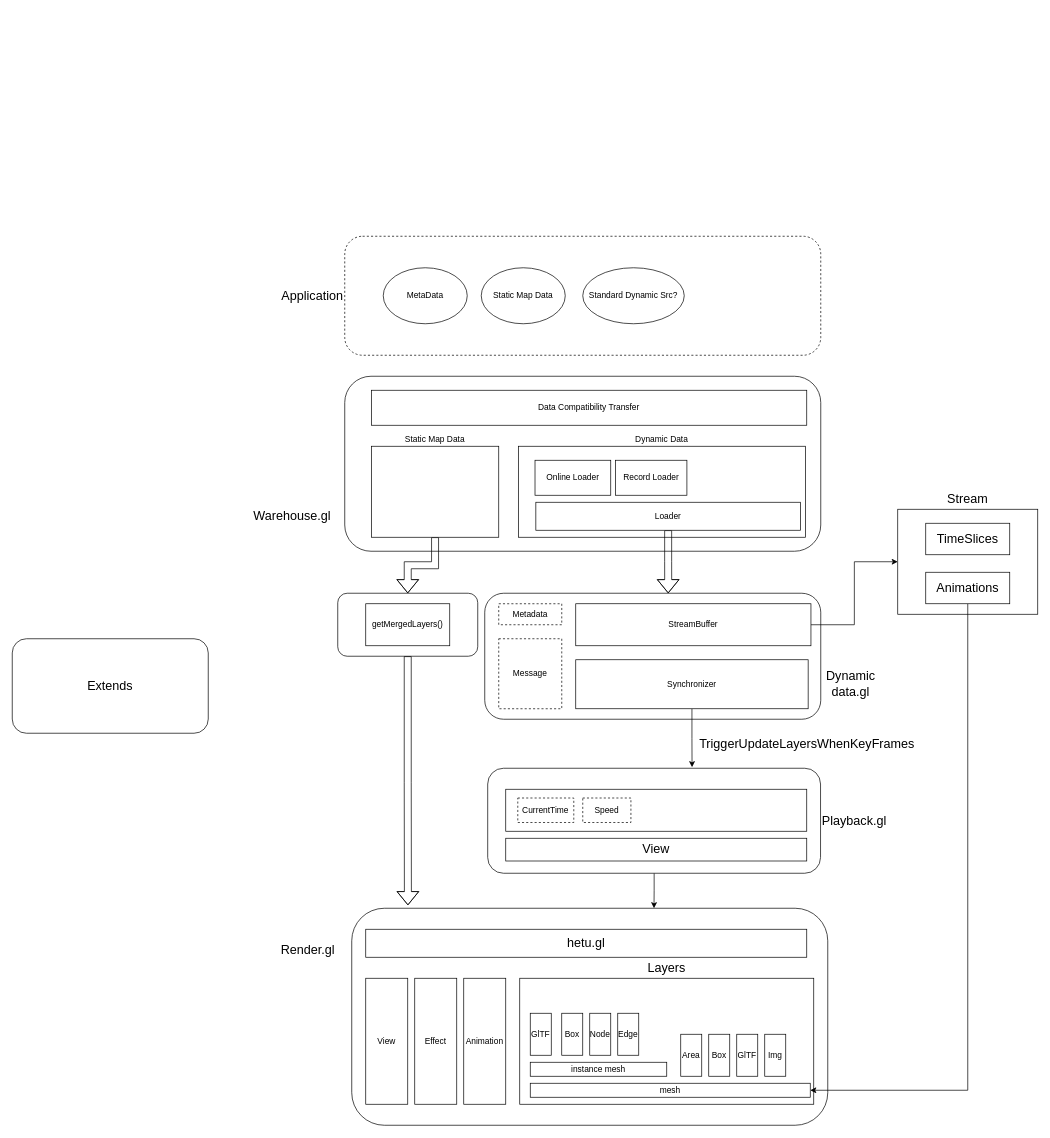
This is Untitled Diagram.drawio from hookex/chart, a draw.io file, before an edit. Source tidied: cells renumbered, new cells numbered last; positions are measured from the earlier drawing's top-left corner, leaving out a move shared by most shapes. Both pictures are drawn from the tidied source at 70%, with x=0, y=0 at pixel (12, 236).
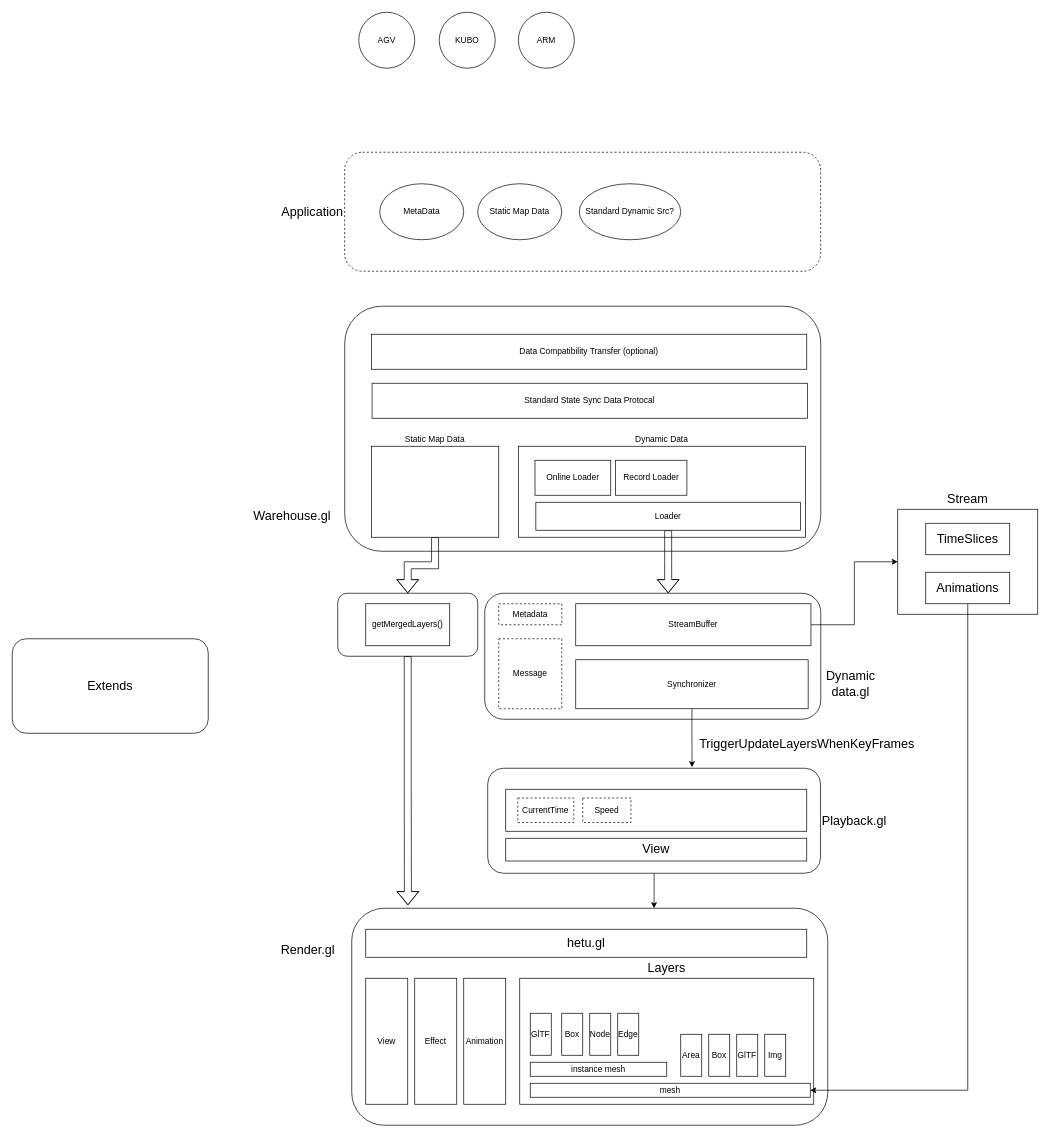
After the change.

Change to the diagram source:
```diff
@@
     <mxCell id="6" style="rounded=1;whiteSpace=wrap;html=1;" parent="1" vertex="1">
-      <mxGeometry x="475" y="200" width="680" height="250" as="geometry" />
+      <mxGeometry x="475" y="100" width="680" height="350" as="geometry" />
     </mxCell>
@@
     <mxCell id="39" value="Application" style="rounded=1;whiteSpace=wrap;html=1;dashed=1;fillColor=#ffffff;fontSize=18;labelPosition=left;verticalLabelPosition=middle;align=right;verticalAlign=middle;" parent="1" vertex="1">
-      <mxGeometry x="475" width="680" height="170" as="geometry" />
+      <mxGeometry x="474.8" y="-120" width="680" height="170" as="geometry" />
     </mxCell>
@@
-    <mxCell id="48" value="Data Compatibility Transfer" style="rounded=0;whiteSpace=wrap;html=1;fillColor=#ffffff;fontSize=12;" parent="1" vertex="1">
-      <mxGeometry x="513" y="220" width="622" height="50" as="geometry" />
+    <mxCell id="48" value="Data Compatibility Transfer (optional)" style="rounded=0;whiteSpace=wrap;html=1;fillColor=#ffffff;fontSize=12;" parent="1" vertex="1">
+      <mxGeometry x="513" y="140" width="622" height="50" as="geometry" />
     </mxCell>
@@
     <mxCell id="54" value="MetaData" style="ellipse;whiteSpace=wrap;html=1;fillColor=#ffffff;fontSize=12;" parent="1" vertex="1">
-      <mxGeometry x="530" y="45" width="120" height="80" as="geometry" />
+      <mxGeometry x="525" y="-75" width="120" height="80" as="geometry" />
     </mxCell>
     <mxCell id="55" value="Static Map Data" style="ellipse;whiteSpace=wrap;html=1;fillColor=#ffffff;fontSize=12;" parent="1" vertex="1">
-      <mxGeometry x="670" y="45" width="120" height="80" as="geometry" />
+      <mxGeometry x="665" y="-75" width="120" height="80" as="geometry" />
     </mxCell>
     <mxCell id="56" value="Standard Dynamic Src?" style="ellipse;whiteSpace=wrap;html=1;fillColor=#ffffff;fontSize=12;" parent="1" vertex="1">
-      <mxGeometry x="815" y="45" width="145" height="80" as="geometry" />
+      <mxGeometry x="810" y="-75" width="145" height="80" as="geometry" />
     </mxCell>
@@
+    <mxCell id="58" value="Standard State Sync Data Protocal" style="rounded=0;whiteSpace=wrap;html=1;fillColor=#ffffff;fontSize=12;" parent="1" vertex="1">
+      <mxGeometry x="514" y="210" width="622" height="50" as="geometry" />
+    </mxCell>
+    <mxCell id="59" value="AGV" style="ellipse;whiteSpace=wrap;html=1;" parent="1" vertex="1">
+      <mxGeometry x="495" y="-320" width="80" height="80" as="geometry" />
+    </mxCell>
+    <mxCell id="60" value="KUBO" style="ellipse;whiteSpace=wrap;html=1;" parent="1" vertex="1">
+      <mxGeometry x="610" y="-320" width="80" height="80" as="geometry" />
+    </mxCell>
+    <mxCell id="61" value="ARM" style="ellipse;whiteSpace=wrap;html=1;" parent="1" vertex="1">
+      <mxGeometry x="723" y="-320" width="80" height="80" as="geometry" />
+    </mxCell>
```
